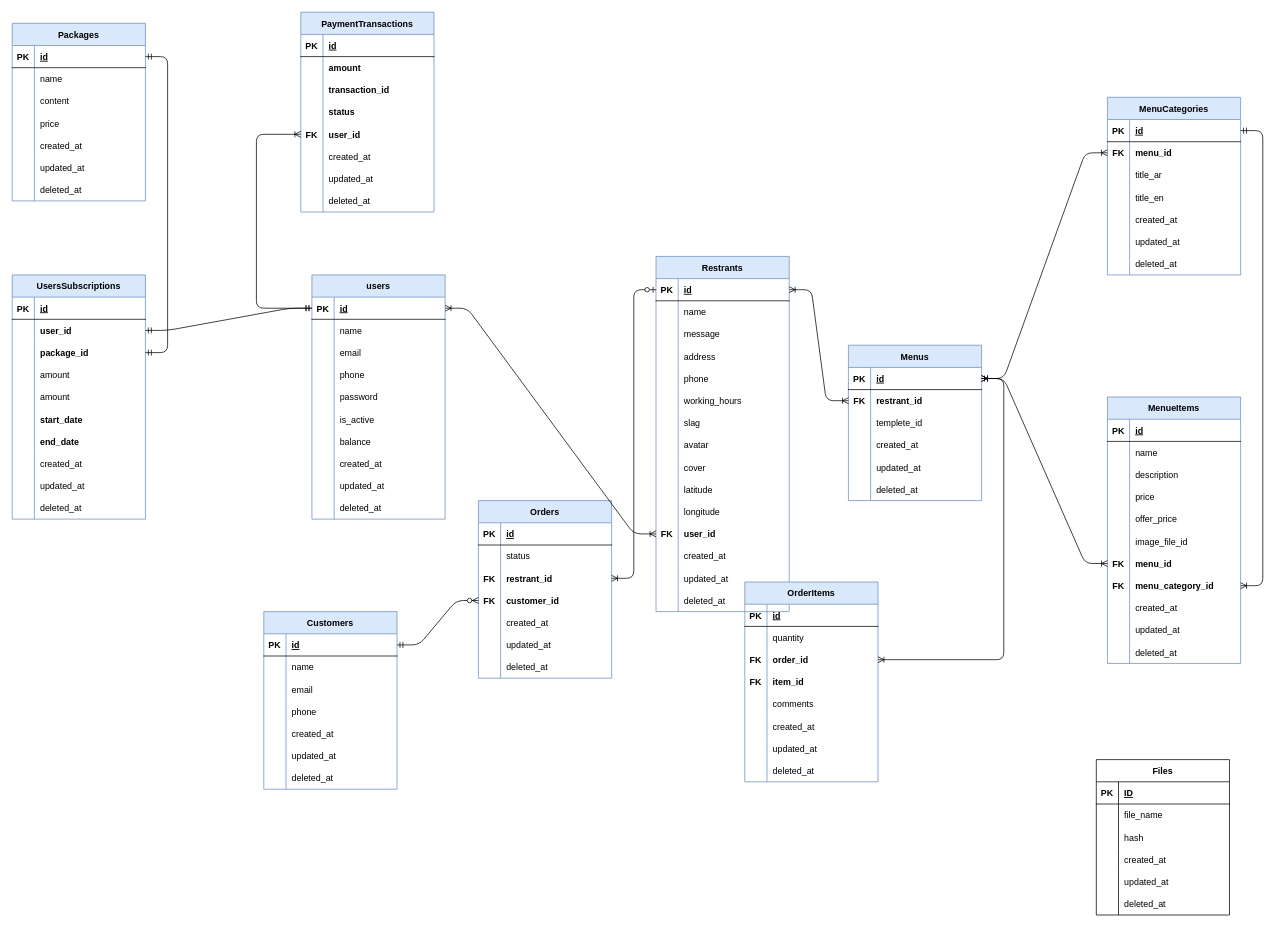
Above: database.drawio in zchacker/resMenu (draw.io), before the change. Source tidied: cells renumbered, new cells numbered last; positions are measured from the earlier drawing's top-left corner, leaving out a move shared by most shapes. Both pictures are drawn from the tidied source at 74%, with x=0, y=0 at pixel (12, 12).
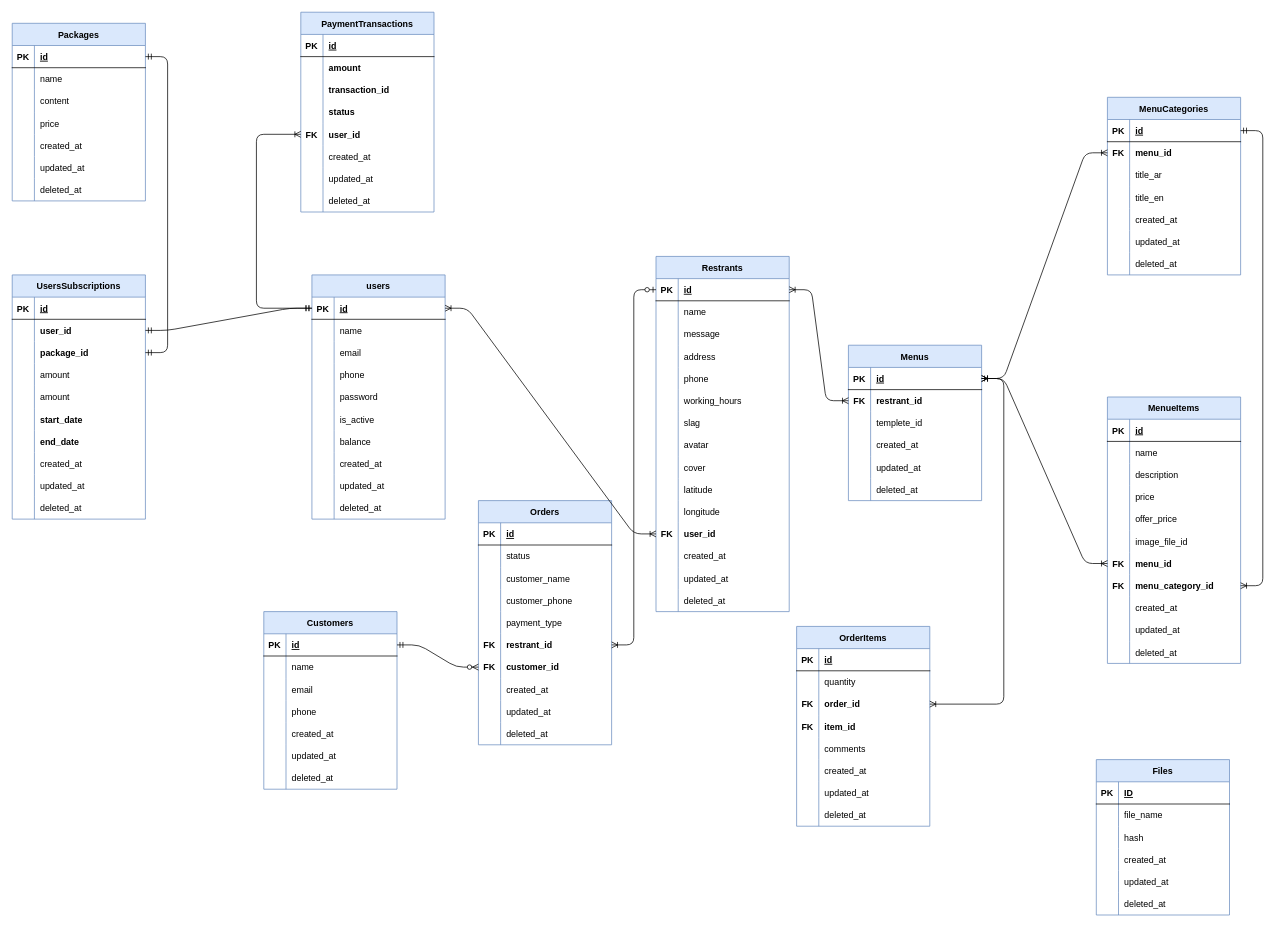
The same diagram, later.

What changed in the source:
```diff
@@
     <mxCell id="176" value="Orders" style="shape=table;startSize=30;childLayout=tableLayout;rowLines=0;fontStyle=1;align=center;fillColor=#dae8fc;strokeColor=#6c8ebf;" parent="1" vertex="1">
-      <mxGeometry x="630" y="660" width="180" height="240" as="geometry" />
+      <mxGeometry x="630" y="660" width="180" height="330" as="geometry" />
     </mxCell>
@@
+    <mxCell id="331" style="shape=partialRectangle;fillColor=none;top=0;left=0;bottom=0;right=0;" parent="176" vertex="1">
+      <mxGeometry y="90" width="180" height="30" as="geometry" />
+    </mxCell>
+    <mxCell id="332" style="shape=partialRectangle;fillColor=none;top=0;left=0;bottom=0;right=0;overflow=hidden;" parent="331" vertex="1">
+      <mxGeometry width="30" height="30" as="geometry" />
+    </mxCell>
+    <mxCell id="333" value="customer_name" style="shape=partialRectangle;fillColor=none;top=0;left=0;bottom=0;right=0;align=left;spacingLeft=6;overflow=hidden;" parent="331" vertex="1">
+      <mxGeometry x="30" width="150" height="30" as="geometry" />
+    </mxCell>
+    <mxCell id="334" style="shape=partialRectangle;fillColor=none;top=0;left=0;bottom=0;right=0;" parent="176" vertex="1">
+      <mxGeometry y="120" width="180" height="30" as="geometry" />
+    </mxCell>
+    <mxCell id="335" style="shape=partialRectangle;fillColor=none;top=0;left=0;bottom=0;right=0;overflow=hidden;" parent="334" vertex="1">
+      <mxGeometry width="30" height="30" as="geometry" />
+    </mxCell>
+    <mxCell id="336" value="customer_phone" style="shape=partialRectangle;fillColor=none;top=0;left=0;bottom=0;right=0;align=left;spacingLeft=6;overflow=hidden;" parent="334" vertex="1">
+      <mxGeometry x="30" width="150" height="30" as="geometry" />
+    </mxCell>
+    <mxCell id="337" style="shape=partialRectangle;fillColor=none;top=0;left=0;bottom=0;right=0;" parent="176" vertex="1">
+      <mxGeometry y="150" width="180" height="30" as="geometry" />
+    </mxCell>
+    <mxCell id="338" style="shape=partialRectangle;fillColor=none;top=0;left=0;bottom=0;right=0;overflow=hidden;" parent="337" vertex="1">
+      <mxGeometry width="30" height="30" as="geometry" />
+    </mxCell>
+    <mxCell id="339" value="payment_type" style="shape=partialRectangle;fillColor=none;top=0;left=0;bottom=0;right=0;align=left;spacingLeft=6;overflow=hidden;" parent="337" vertex="1">
+      <mxGeometry x="30" width="150" height="30" as="geometry" />
+    </mxCell>
     <mxCell id="183" style="shape=partialRectangle;fillColor=none;top=0;left=0;bottom=0;right=0;points=[[0,0.5],[1,0.5]];portConstraint=eastwest;" parent="176" vertex="1">
-      <mxGeometry y="90" width="180" height="30" as="geometry" />
+      <mxGeometry y="180" width="180" height="30" as="geometry" />
     </mxCell>
@@
     <mxCell id="186" style="shape=partialRectangle;fillColor=none;top=0;left=0;bottom=0;right=0;points=[[0,0.5],[1,0.5]];portConstraint=eastwest;" parent="176" vertex="1">
-      <mxGeometry y="120" width="180" height="30" as="geometry" />
+      <mxGeometry y="210" width="180" height="30" as="geometry" />
     </mxCell>
@@
     <mxCell id="189" style="shape=partialRectangle;fillColor=none;top=0;left=0;bottom=0;right=0;" parent="176" vertex="1">
-      <mxGeometry y="150" width="180" height="30" as="geometry" />
+      <mxGeometry y="240" width="180" height="30" as="geometry" />
     </mxCell>
@@
     <mxCell id="192" style="shape=partialRectangle;fillColor=none;top=0;left=0;bottom=0;right=0;" parent="176" vertex="1">
-      <mxGeometry y="180" width="180" height="30" as="geometry" />
+      <mxGeometry y="270" width="180" height="30" as="geometry" />
     </mxCell>
@@
     <mxCell id="195" style="shape=partialRectangle;fillColor=none;top=0;left=0;bottom=0;right=0;" parent="176" vertex="1">
-      <mxGeometry y="210" width="180" height="30" as="geometry" />
+      <mxGeometry y="300" width="180" height="30" as="geometry" />
     </mxCell>
@@
     <mxCell id="198" value="OrderItems" style="shape=table;startSize=30;childLayout=tableLayout;rowLines=0;fontStyle=1;align=center;fillColor=#dae8fc;strokeColor=#6c8ebf;" parent="1" vertex="1">
-      <mxGeometry x="990" y="770" width="180" height="270" as="geometry" />
+      <mxGeometry x="1060" y="830" width="180" height="270" as="geometry" />
     </mxCell>
@@
-    <mxCell id="312" value="Files" style="shape=table;startSize=30;childLayout=tableLayout;rowLines=0;fontStyle=1;align=center;" parent="1" vertex="1">
+    <mxCell id="312" value="Files" style="shape=table;startSize=30;childLayout=tableLayout;rowLines=0;fontStyle=1;align=center;fillColor=#dae8fc;strokeColor=#6c8ebf;" parent="1" vertex="1">
       <mxGeometry x="1465" y="1010" width="180" height="210" as="geometry" />
     </mxCell>
```
